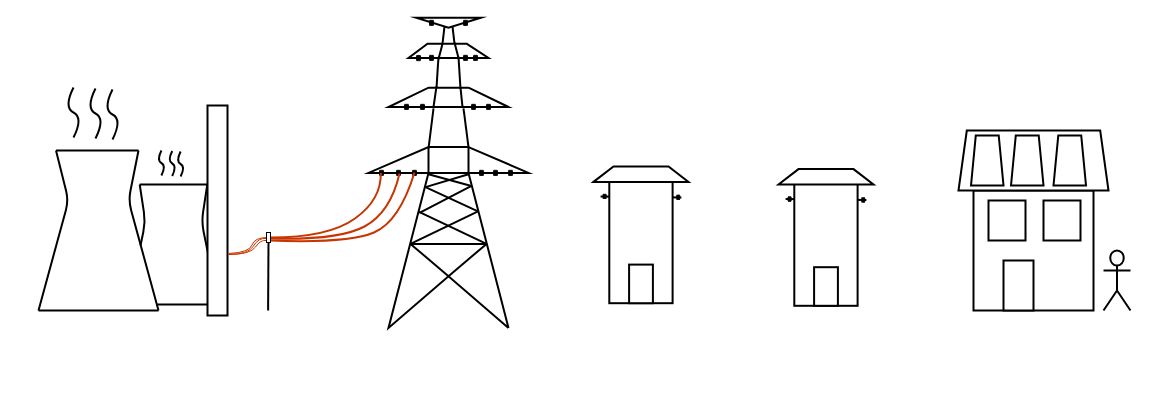
custibor/luminous-alocasia keeps this draw.io diagram as DIPLOMSKA.drawio. Above is the earlier version. Source tidied: cells renumbered, new cells numbered last; positions are measured from the earlier drawing's top-left corner, leaving out a move shared by most shapes. Both pictures are drawn from the tidied source at 100%, with x=0, y=0 at pixel (38, -10).
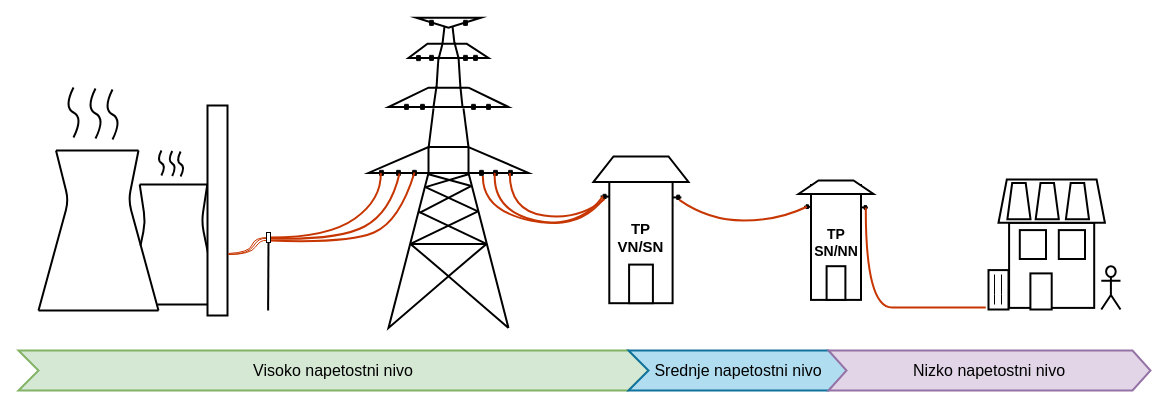
Above is the later version.

Unchanged cells that the change refers to:
```xml
<mxCell id="48" style="ellipse;whiteSpace=wrap;html=1;strokeWidth=1;fillColor=#000000;gradientColor=none;" parent="47" vertex="1">
  <mxGeometry width="1.3" height="6" as="geometry" />
</mxCell>
<mxCell id="95" style="ellipse;whiteSpace=wrap;html=1;strokeWidth=1;fillColor=#000000;gradientColor=none;" parent="92" vertex="1">
  <mxGeometry x="2.7" width="1.3" height="6" as="geometry" />
</mxCell>
<mxCell id="97" style="ellipse;whiteSpace=wrap;html=1;strokeWidth=1;fillColor=#000000;gradientColor=none;" parent="96" vertex="1">
  <mxGeometry width="1.3" height="6" as="geometry" />
</mxCell>
<mxCell id="122" style="group;" parent="1" vertex="1">
  <mxGeometry x="555" y="176" width="95" height="136.7" as="geometry" />
</mxCell>
<mxCell id="128" style="ellipse;whiteSpace=wrap;html=1;strokeWidth=1;fillColor=#000000;gradientColor=none;" parent="127" vertex="1">
  <mxGeometry width="1.1" height="5.1" as="geometry" />
</mxCell>
<mxCell id="129" style="ellipse;whiteSpace=wrap;html=1;strokeWidth=1;fillColor=#000000;gradientColor=none;" parent="127" vertex="1">
  <mxGeometry x="1.1" width="1.1" height="5.1" as="geometry" />
</mxCell>
<mxCell id="134" style="ellipse;whiteSpace=wrap;html=1;strokeWidth=1;fillColor=#000000;gradientColor=none;" parent="131" vertex="1">
  <mxGeometry x="2.1" width="1.1" height="5.1" as="geometry" />
</mxCell>
```

Diff of the diagram source:
```diff
@@
     <mxCell id="112" style="group;" parent="1" vertex="1">
-      <mxGeometry x="920" y="140" width="172" height="180" as="geometry" />
+      <mxGeometry x="960" y="189" width="122" height="130" as="geometry" />
     </mxCell>
     <mxCell id="113" style="whiteSpace=wrap;html=1;strokeWidth=2;fillColor=#FFFFFF;gradientColor=none;" parent="112" vertex="1">
-      <mxGeometry x="15" y="60" width="120" height="120" as="geometry" />
+      <mxGeometry x="10.6" y="43.3" width="85.1" height="85.1" as="geometry" />
     </mxCell>
     <mxCell id="114" style="shape=umlActor;verticalLabelPosition=bottom;verticalAlign=top;html=1;strokeWidth=2;fillColor=#FFFFFF;gradientColor=none;" parent="112" vertex="1">
-      <mxGeometry x="145" y="120" width="27" height="60" as="geometry" />
+      <mxGeometry x="102.8" y="86.7" width="19.2" height="43.3" as="geometry" />
     </mxCell>
     <mxCell id="115" style="rounded=0;whiteSpace=wrap;html=1;strokeWidth=2;fillColor=#FFFFFF;gradientColor=none;" parent="112" vertex="1">
-      <mxGeometry x="45" y="130" width="30" height="50" as="geometry" />
+      <mxGeometry x="31.9" y="93.9" width="21.3" height="36.1" as="geometry" />
     </mxCell>
     <mxCell id="116" style="rounded=0;whiteSpace=wrap;html=1;strokeWidth=2;fillColor=#FFFFFF;gradientColor=none;" parent="112" vertex="1">
-      <mxGeometry x="30" y="70" width="37" height="40" as="geometry" />
+      <mxGeometry x="21.3" y="50.6" width="26.2" height="28.9" as="geometry" />
     </mxCell>
     <mxCell id="117" style="rounded=0;whiteSpace=wrap;html=1;strokeWidth=2;fillColor=#FFFFFF;gradientColor=none;" parent="112" vertex="1">
-      <mxGeometry x="85" y="70" width="37" height="40" as="geometry" />
+      <mxGeometry x="60.3" y="50.6" width="26.2" height="28.9" as="geometry" />
     </mxCell>
     <mxCell id="118" style="shape=trapezoid;perimeter=trapezoidPerimeter;whiteSpace=wrap;html=1;fixedSize=1;strokeWidth=2;fillColor=#FFFFFF;gradientColor=none;size=8.296296296296191;" parent="112" vertex="1">
-      <mxGeometry width="150" height="60" as="geometry" />
+      <mxGeometry width="106.4" height="43.3" as="geometry" />
     </mxCell>
     <mxCell id="119" style="shape=trapezoid;perimeter=trapezoidPerimeter;whiteSpace=wrap;html=1;fixedSize=1;strokeWidth=2;fillColor=#FFFFFF;gradientColor=none;size=4.777777777777715;" parent="112" vertex="1">
-      <mxGeometry x="12.5" y="5" width="32.5" height="50" as="geometry" />
+      <mxGeometry x="8.9" y="3.6" width="23.1" height="36.1" as="geometry" />
     </mxCell>
     <mxCell id="120" style="shape=trapezoid;perimeter=trapezoidPerimeter;whiteSpace=wrap;html=1;fixedSize=1;strokeWidth=2;fillColor=#FFFFFF;gradientColor=none;size=4.777777777777715;" parent="112" vertex="1">
-      <mxGeometry x="52.5" y="5" width="32.5" height="50" as="geometry" />
+      <mxGeometry x="37.2" y="3.6" width="23.1" height="36.1" as="geometry" />
     </mxCell>
     <mxCell id="121" style="shape=trapezoid;perimeter=trapezoidPerimeter;whiteSpace=wrap;html=1;fixedSize=1;strokeWidth=2;fillColor=#FFFFFF;gradientColor=none;size=4.777777777777715;" parent="112" vertex="1">
-      <mxGeometry x="95" y="5" width="32.5" height="50" as="geometry" />
+      <mxGeometry x="67.4" y="3.6" width="23.1" height="36.1" as="geometry" />
     </mxCell>
@@
-    <mxCell id="124" style="rounded=0;whiteSpace=wrap;html=1;strokeWidth=2;fillColor=#FFFFFF;gradientColor=none;" parent="122" vertex="1">
+    <mxCell id="124" value="&lt;font style=&quot;font-size: 15px&quot;&gt;&lt;b&gt;TP&lt;br&gt;VN/SN&lt;br&gt;&lt;/b&gt;&lt;/font&gt;" style="rounded=0;whiteSpace=wrap;html=1;strokeWidth=2;fillColor=#FFFFFF;gradientColor=none;" parent="122" vertex="1">
       <mxGeometry x="15.8" y="5.1" width="63.3" height="131.6" as="geometry" />
     </mxCell>
     <mxCell id="125" style="shape=trapezoid;perimeter=trapezoidPerimeter;whiteSpace=wrap;html=1;fixedSize=1;strokeWidth=2;fillColor=#FFFFFF;gradientColor=none;" parent="122" vertex="1">
-      <mxGeometry width="95" height="15.4" as="geometry" />
+      <mxGeometry y="-10" width="95" height="25.4" as="geometry" />
     </mxCell>
@@
     <mxCell id="135" style="group;" parent="1" vertex="1">
-      <mxGeometry x="740" y="178.6" width="95" height="136.7" as="geometry" />
+      <mxGeometry x="760" y="190" width="75" height="119.4" as="geometry" />
     </mxCell>
     <mxCell id="136" style="endArrow=none;html=1;rounded=0;strokeWidth=2;" parent="135" edge="1">
       <mxGeometry relative="1" as="geometry">
-        <mxPoint x="7.1" y="30" as="sourcePoint" />
-        <mxPoint x="87.9" y="30.9" as="targetPoint" />
+        <mxPoint x="5.6" y="26.2" as="sourcePoint" />
+        <mxPoint x="69.4" y="26.9" as="targetPoint" />
       </mxGeometry>
     </mxCell>
-    <mxCell id="137" style="rounded=0;whiteSpace=wrap;html=1;strokeWidth=2;fillColor=#FFFFFF;gradientColor=none;" parent="135" vertex="1">
-      <mxGeometry x="15.8" y="5.1" width="63.3" height="131.6" as="geometry" />
+    <mxCell id="137" value="&lt;font style=&quot;font-size: 14px&quot;&gt;&lt;b&gt;TP&lt;br&gt;SN/NN&lt;/b&gt;&lt;br&gt;&lt;/font&gt;" style="rounded=0;whiteSpace=wrap;html=1;strokeWidth=2;fillColor=#FFFFFF;gradientColor=none;" parent="135" vertex="1">
+      <mxGeometry x="12.5" y="4.5" width="50" height="114.9" as="geometry" />
     </mxCell>
     <mxCell id="138" style="shape=trapezoid;perimeter=trapezoidPerimeter;whiteSpace=wrap;html=1;fixedSize=1;strokeWidth=2;fillColor=#FFFFFF;gradientColor=none;" parent="135" vertex="1">
-      <mxGeometry width="95" height="15.4" as="geometry" />
+      <mxGeometry width="75" height="13.5" as="geometry" />
     </mxCell>
     <mxCell id="139" style="rounded=0;whiteSpace=wrap;html=1;strokeWidth=2;fillColor=#FFFFFF;gradientColor=none;" parent="135" vertex="1">
-      <mxGeometry x="35.6" y="98.1" width="23.8" height="38.6" as="geometry" />
+      <mxGeometry x="28.1" y="85.7" width="18.8" height="33.7" as="geometry" />
     </mxCell>
     <mxCell id="140" style="group;" parent="135" vertex="1">
-      <mxGeometry x="9.5" y="27.4" width="3.2" height="5.1" as="geometry" />
+      <mxGeometry x="7.5" y="24" width="2.5" height="4.5" as="geometry" />
     </mxCell>
     <mxCell id="141" style="ellipse;whiteSpace=wrap;html=1;strokeWidth=1;fillColor=#000000;gradientColor=none;" parent="140" vertex="1">
-      <mxGeometry width="1.1" height="5.1" as="geometry" />
+      <mxGeometry width="0.8" height="4.5" as="geometry" />
     </mxCell>
     <mxCell id="142" style="ellipse;whiteSpace=wrap;html=1;strokeWidth=1;fillColor=#000000;gradientColor=none;" parent="140" vertex="1">
-      <mxGeometry x="1.1" width="1.1" height="5.1" as="geometry" />
+      <mxGeometry x="0.8" width="0.8" height="4.5" as="geometry" />
     </mxCell>
     <mxCell id="143" style="ellipse;whiteSpace=wrap;html=1;strokeWidth=1;fillColor=#000000;gradientColor=none;" parent="140" vertex="1">
-      <mxGeometry x="2.1" width="1.1" height="5.1" as="geometry" />
+      <mxGeometry x="1.7" width="0.8" height="4.5" as="geometry" />
     </mxCell>
     <mxCell id="144" style="group;" parent="135" vertex="1">
-      <mxGeometry x="83.1" y="28.3" width="3.2" height="5.1" as="geometry" />
+      <mxGeometry x="65.6" y="24.7" width="2.5" height="4.5" as="geometry" />
     </mxCell>
     <mxCell id="145" style="ellipse;whiteSpace=wrap;html=1;strokeWidth=1;fillColor=#000000;gradientColor=none;" parent="144" vertex="1">
-      <mxGeometry width="1.1" height="5.1" as="geometry" />
+      <mxGeometry width="0.8" height="4.5" as="geometry" />
     </mxCell>
     <mxCell id="146" style="ellipse;whiteSpace=wrap;html=1;strokeWidth=1;fillColor=#000000;gradientColor=none;" parent="144" vertex="1">
-      <mxGeometry x="1.1" width="1.1" height="5.1" as="geometry" />
+      <mxGeometry x="0.8" width="0.8" height="4.5" as="geometry" />
     </mxCell>
     <mxCell id="147" style="ellipse;whiteSpace=wrap;html=1;strokeWidth=1;fillColor=#000000;gradientColor=none;" parent="144" vertex="1">
-      <mxGeometry x="2.1" width="1.1" height="5.1" as="geometry" />
+      <mxGeometry x="1.7" width="0.8" height="4.5" as="geometry" />
     </mxCell>
@@
+    <mxCell id="155" style="curved=1;endArrow=none;html=1;rounded=0;strokeWidth=2;fillColor=#fa6800;strokeColor=#C73500;exitX=0;exitY=1;exitDx=0;exitDy=0;entryX=0;entryY=0.5;entryDx=0;entryDy=0;endFill=0;" parent="1" edge="1" source="95" target="128">
+      <mxGeometry relative="1" as="geometry">
+        <Array as="points">
+          <mxPoint x="444" y="220" />
+          <mxPoint x="540" y="240" />
+        </Array>
+      </mxGeometry>
+    </mxCell>
+    <mxCell id="156" style="curved=1;endArrow=none;html=1;rounded=0;strokeWidth=2;fillColor=#fa6800;strokeColor=#C73500;exitX=1;exitY=0.5;exitDx=0;exitDy=0;entryX=1;entryY=1;entryDx=0;entryDy=0;endFill=0;" parent="1" edge="1" source="48" target="128">
+      <mxGeometry relative="1" as="geometry">
+        <Array as="points">
+          <mxPoint x="454" y="220" />
+          <mxPoint x="540" y="240" />
+        </Array>
+      </mxGeometry>
+    </mxCell>
+    <mxCell id="157" style="curved=1;endArrow=none;html=1;rounded=0;strokeWidth=2;fillColor=#fa6800;strokeColor=#C73500;exitX=1;exitY=0.5;exitDx=0;exitDy=0;entryX=0;entryY=1;entryDx=0;entryDy=0;endFill=0;" parent="1" edge="1" source="97" target="129">
+      <mxGeometry relative="1" as="geometry">
+        <Array as="points">
+          <mxPoint x="471" y="220" />
+          <mxPoint x="540" y="230" />
+        </Array>
+      </mxGeometry>
+    </mxCell>
+    <mxCell id="158" style="curved=1;endArrow=none;html=1;rounded=0;strokeWidth=2;exitX=0;exitY=1;exitDx=0;exitDy=0;entryX=0;entryY=0.5;entryDx=0;entryDy=0;endFill=0;fillColor=#fa6800;strokeColor=#C73500;" parent="1" edge="1" source="134" target="142">
+      <mxGeometry relative="1" as="geometry">
+        <Array as="points">
+          <mxPoint x="670" y="230" />
+          <mxPoint x="740" y="230" />
+        </Array>
+      </mxGeometry>
+    </mxCell>
+    <mxCell id="159" style="rounded=0;whiteSpace=wrap;html=1;strokeWidth=2;fillColor=#FFFFFF;gradientColor=none;" parent="1" vertex="1">
+      <mxGeometry x="950" y="279.6" width="20" height="39.4" as="geometry" />
+    </mxCell>
+    <mxCell id="160" style="endArrow=none;html=1;rounded=0;strokeWidth=1;" parent="1" edge="1">
+      <mxGeometry relative="1" as="geometry">
+        <mxPoint x="956" y="314" as="sourcePoint" />
+        <mxPoint x="956" y="284" as="targetPoint" />
+        <Array as="points">
+          <mxPoint x="956" y="304" />
+        </Array>
+      </mxGeometry>
+    </mxCell>
+    <mxCell id="161" style="endArrow=none;html=1;rounded=0;strokeWidth=1;" parent="1" edge="1">
+      <mxGeometry relative="1" as="geometry">
+        <mxPoint x="963" y="314" as="sourcePoint" />
+        <mxPoint x="963" y="284" as="targetPoint" />
+        <Array as="points">
+          <mxPoint x="963" y="304" />
+        </Array>
+      </mxGeometry>
+    </mxCell>
+    <mxCell id="162" style="curved=1;endArrow=none;html=1;rounded=0;strokeWidth=2;exitX=0;exitY=0.5;exitDx=0;exitDy=0;entryX=-0.136;entryY=0.949;entryDx=0;entryDy=0;endFill=0;fillColor=#fa6800;strokeColor=#C73500;entryPerimeter=0;" parent="1" edge="1" source="147" target="159">
+      <mxGeometry relative="1" as="geometry">
+        <Array as="points">
+          <mxPoint x="827" y="317" />
+          <mxPoint x="880" y="317" />
+        </Array>
+      </mxGeometry>
+    </mxCell>
+    <mxCell id="163" value="&lt;font style=&quot;font-size: 16px&quot;&gt;Visoko napetostni nivo&lt;/font&gt;" style="shape=step;perimeter=stepPerimeter;whiteSpace=wrap;html=1;fixedSize=1;strokeWidth=2;fillColor=#d5e8d4;strokeColor=#82b366;" parent="1" vertex="1">
+      <mxGeometry x="-20" y="360" width="630" height="40" as="geometry" />
+    </mxCell>
+    <mxCell id="164" value="&lt;font style=&quot;font-size: 16px&quot;&gt;Srednje napetostni nivo&lt;/font&gt;" style="shape=step;perimeter=stepPerimeter;whiteSpace=wrap;html=1;fixedSize=1;strokeWidth=2;fillColor=#b1ddf0;strokeColor=#10739e;" parent="1" vertex="1">
+      <mxGeometry x="590" y="360" width="220" height="40" as="geometry" />
+    </mxCell>
+    <mxCell id="165" value="Nizko napetostni nivo" style="shape=step;perimeter=stepPerimeter;whiteSpace=wrap;html=1;fixedSize=1;strokeWidth=2;fillColor=#e1d5e7;fontSize=16;strokeColor=#9673a6;size=18;" parent="1" vertex="1">
+      <mxGeometry x="790" y="360" width="322" height="40" as="geometry" />
+    </mxCell>
```
